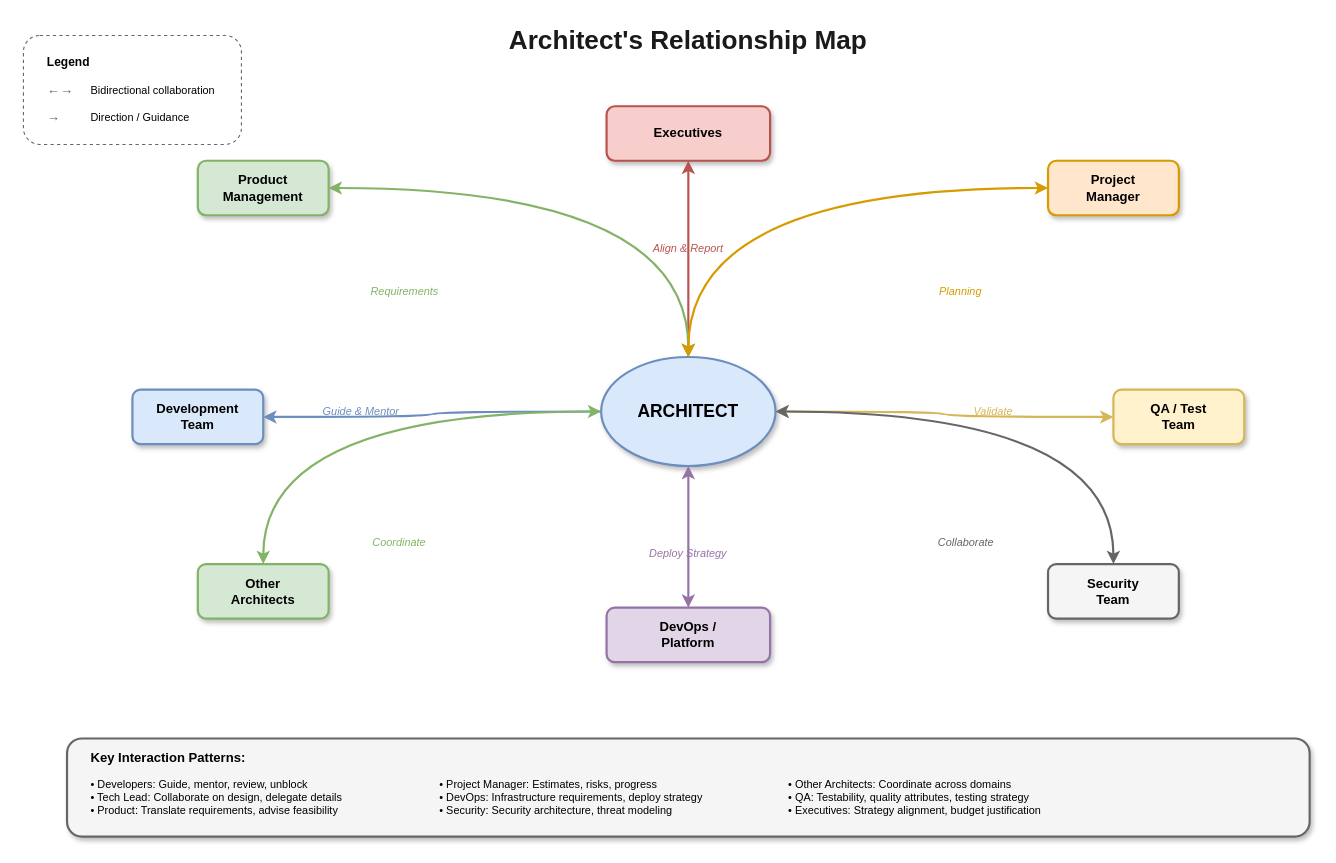
This is lesson-00-software-architect-overview/02-organizational-positioning/2.5-relationship-map.drawio from MrParkerZ7/document-lesson-software-architect-x-claude, a draw.io file, before an edit. Source tidied: cells renumbered, new cells numbered last; positions are measured from the earlier drawing's top-left corner, leaving out a move shared by most shapes. Both pictures are drawn from the tidied source at 109%, with x=0, y=0 at pixel (23, 19).
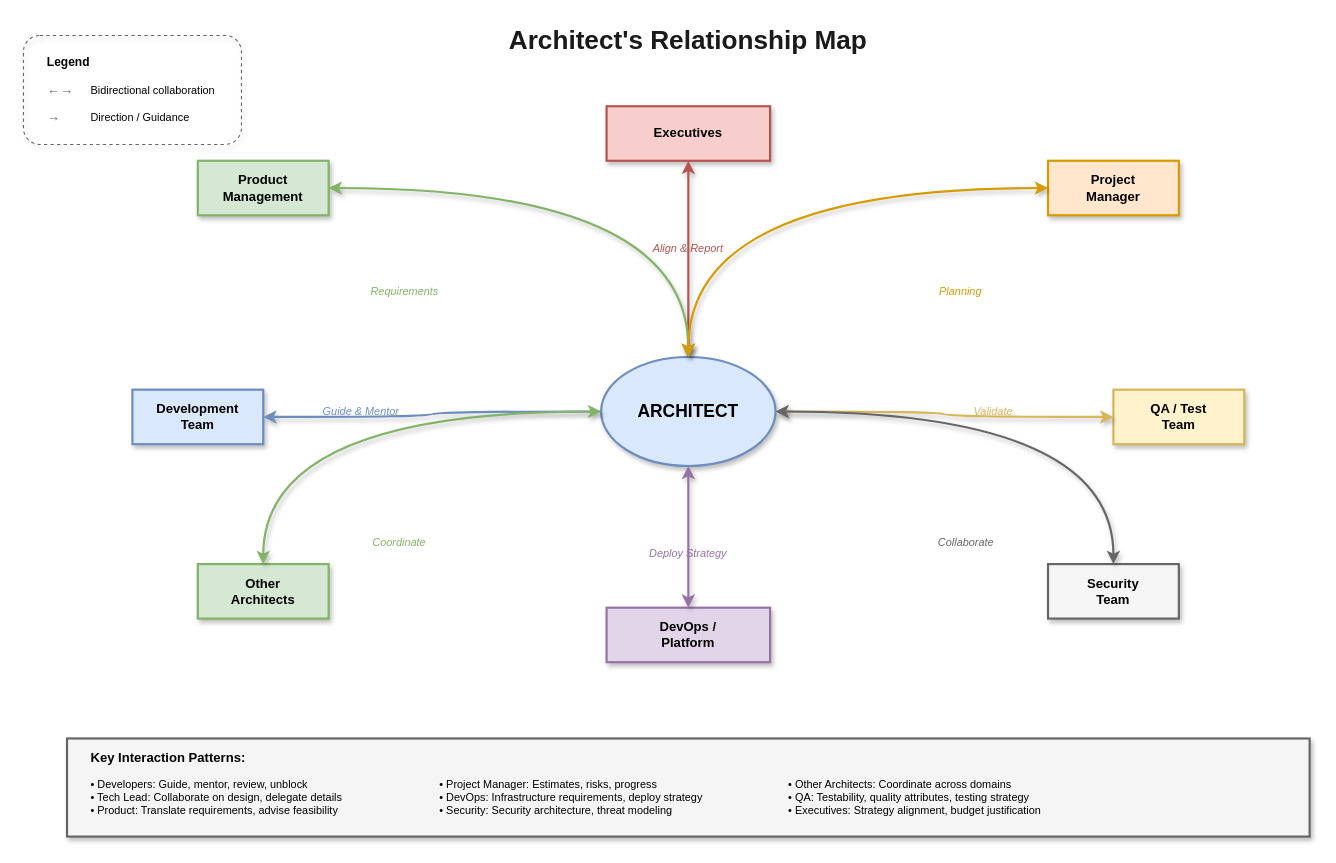
Above is the later version.

The change refers to these unchanged cells:
```xml
<mxCell id="3" value="ARCHITECT" style="ellipse;whiteSpace=wrap;html=1;fillColor=#dae8fc;strokeColor=#6c8ebf;fontSize=16;fontStyle=1;shadow=1;strokeWidth=2;" parent="1" vertex="1">
  <mxGeometry x="530" y="310" width="160" height="100" as="geometry" />
</mxCell>
```

Diff of the diagram source:
```diff
@@
-    <mxCell id="4" value="Executives" style="rounded=1;whiteSpace=wrap;html=1;fillColor=#f8cecc;strokeColor=#b85450;fontSize=12;fontStyle=1;shadow=1;strokeWidth=2;" parent="1" vertex="1">
+    <mxCell id="4" value="Executives" style="rounded=0;whiteSpace=wrap;html=1;fillColor=#f8cecc;strokeColor=#b85450;fontSize=12;fontStyle=1;shadow=1;strokeWidth=2;" parent="1" vertex="1">
       <mxGeometry x="535" y="80" width="150" height="50" as="geometry" />
     </mxCell>
@@
-    <mxCell id="6" style="edgeStyle=orthogonalEdgeStyle;curved=1;rounded=1;html=1;strokeColor=#b85450;strokeWidth=2;endArrow=classic;startArrow=classic;jumpStyle=arc;jumpSize=10;" parent="1" edge="1" source="4" target="3">
+    <mxCell id="6" style="edgeStyle=orthogonalEdgeStyle;curved=1;rounded=0;html=1;strokeColor=#b85450;strokeWidth=2;endArrow=classic;startArrow=classic;jumpStyle=arc;jumpSize=10;shadow=1;flowAnimation=1;" parent="1" edge="1" source="4" target="3">
       <mxGeometry relative="1" as="geometry" />
     </mxCell>
-    <mxCell id="7" value="Product&#10;Management" style="rounded=1;whiteSpace=wrap;html=1;fillColor=#d5e8d4;strokeColor=#82b366;fontSize=12;fontStyle=1;shadow=1;strokeWidth=2;" parent="1" vertex="1">
+    <mxCell id="7" value="Product&#10;Management" style="rounded=0;whiteSpace=wrap;html=1;fillColor=#d5e8d4;strokeColor=#82b366;fontSize=12;fontStyle=1;shadow=1;strokeWidth=2;" parent="1" vertex="1">
       <mxGeometry x="160" y="130" width="120" height="50" as="geometry" />
     </mxCell>
@@
-    <mxCell id="9" style="edgeStyle=orthogonalEdgeStyle;curved=1;rounded=1;html=1;strokeColor=#82b366;strokeWidth=2;endArrow=classic;startArrow=classic;jumpStyle=arc;jumpSize=10;" parent="1" edge="1" source="7" target="3">
+    <mxCell id="9" style="edgeStyle=orthogonalEdgeStyle;curved=1;rounded=0;html=1;strokeColor=#82b366;strokeWidth=2;endArrow=classic;startArrow=classic;jumpStyle=arc;jumpSize=10;shadow=1;flowAnimation=1;" parent="1" edge="1" source="7" target="3">
       <mxGeometry relative="1" as="geometry" />
     </mxCell>
-    <mxCell id="10" value="Project&#10;Manager" style="rounded=1;whiteSpace=wrap;html=1;fillColor=#ffe6cc;strokeColor=#d79b00;fontSize=12;fontStyle=1;shadow=1;strokeWidth=2;" parent="1" vertex="1">
+    <mxCell id="10" value="Project&#10;Manager" style="rounded=0;whiteSpace=wrap;html=1;fillColor=#ffe6cc;strokeColor=#d79b00;fontSize=12;fontStyle=1;shadow=1;strokeWidth=2;" parent="1" vertex="1">
       <mxGeometry x="940" y="130" width="120" height="50" as="geometry" />
     </mxCell>
@@
-    <mxCell id="12" style="edgeStyle=orthogonalEdgeStyle;curved=1;rounded=1;html=1;strokeColor=#d79b00;strokeWidth=2;endArrow=classic;startArrow=classic;jumpStyle=arc;jumpSize=10;" parent="1" edge="1" source="10" target="3">
+    <mxCell id="12" style="edgeStyle=orthogonalEdgeStyle;curved=1;rounded=0;html=1;strokeColor=#d79b00;strokeWidth=2;endArrow=classic;startArrow=classic;jumpStyle=arc;jumpSize=10;shadow=1;flowAnimation=1;" parent="1" edge="1" source="10" target="3">
       <mxGeometry relative="1" as="geometry" />
     </mxCell>
-    <mxCell id="13" value="Development&#10;Team" style="rounded=1;whiteSpace=wrap;html=1;fillColor=#dae8fc;strokeColor=#6c8ebf;fontSize=12;fontStyle=1;shadow=1;strokeWidth=2;" parent="1" vertex="1">
+    <mxCell id="13" value="Development&#10;Team" style="rounded=0;whiteSpace=wrap;html=1;fillColor=#dae8fc;strokeColor=#6c8ebf;fontSize=12;fontStyle=1;shadow=1;strokeWidth=2;" parent="1" vertex="1">
       <mxGeometry x="100" y="340" width="120" height="50" as="geometry" />
     </mxCell>
@@
-    <mxCell id="15" style="edgeStyle=orthogonalEdgeStyle;curved=1;rounded=1;html=1;strokeColor=#6c8ebf;strokeWidth=2;endArrow=classic;jumpStyle=arc;jumpSize=10;" parent="1" edge="1" source="3" target="13">
+    <mxCell id="15" style="edgeStyle=orthogonalEdgeStyle;curved=1;rounded=0;html=1;strokeColor=#6c8ebf;strokeWidth=2;endArrow=classic;jumpStyle=arc;jumpSize=10;shadow=1;flowAnimation=1;" parent="1" edge="1" source="3" target="13">
       <mxGeometry relative="1" as="geometry" />
     </mxCell>
-    <mxCell id="16" value="DevOps /&#10;Platform" style="rounded=1;whiteSpace=wrap;html=1;fillColor=#e1d5e7;strokeColor=#9673a6;fontSize=12;fontStyle=1;shadow=1;strokeWidth=2;" parent="1" vertex="1">
+    <mxCell id="16" value="DevOps /&#10;Platform" style="rounded=0;whiteSpace=wrap;html=1;fillColor=#e1d5e7;strokeColor=#9673a6;fontSize=12;fontStyle=1;shadow=1;strokeWidth=2;" parent="1" vertex="1">
       <mxGeometry x="535" y="540" width="150" height="50" as="geometry" />
     </mxCell>
@@
-    <mxCell id="18" style="edgeStyle=orthogonalEdgeStyle;curved=1;rounded=1;html=1;strokeColor=#9673a6;strokeWidth=2;endArrow=classic;startArrow=classic;jumpStyle=arc;jumpSize=10;" parent="1" edge="1" source="3" target="16">
+    <mxCell id="18" style="edgeStyle=orthogonalEdgeStyle;curved=1;rounded=0;html=1;strokeColor=#9673a6;strokeWidth=2;endArrow=classic;startArrow=classic;jumpStyle=arc;jumpSize=10;shadow=1;flowAnimation=1;" parent="1" edge="1" source="3" target="16">
       <mxGeometry relative="1" as="geometry" />
     </mxCell>
-    <mxCell id="19" value="QA / Test&#10;Team" style="rounded=1;whiteSpace=wrap;html=1;fillColor=#fff2cc;strokeColor=#d6b656;fontSize=12;fontStyle=1;shadow=1;strokeWidth=2;" parent="1" vertex="1">
+    <mxCell id="19" value="QA / Test&#10;Team" style="rounded=0;whiteSpace=wrap;html=1;fillColor=#fff2cc;strokeColor=#d6b656;fontSize=12;fontStyle=1;shadow=1;strokeWidth=2;" parent="1" vertex="1">
       <mxGeometry x="1000" y="340" width="120" height="50" as="geometry" />
     </mxCell>
@@
-    <mxCell id="21" style="edgeStyle=orthogonalEdgeStyle;curved=1;rounded=1;html=1;strokeColor=#d6b656;strokeWidth=2;endArrow=classic;startArrow=classic;jumpStyle=arc;jumpSize=10;" parent="1" edge="1" source="3" target="19">
+    <mxCell id="21" style="edgeStyle=orthogonalEdgeStyle;curved=1;rounded=0;html=1;strokeColor=#d6b656;strokeWidth=2;endArrow=classic;startArrow=classic;jumpStyle=arc;jumpSize=10;shadow=1;flowAnimation=1;" parent="1" edge="1" source="3" target="19">
       <mxGeometry relative="1" as="geometry" />
     </mxCell>
-    <mxCell id="22" value="Other&#10;Architects" style="rounded=1;whiteSpace=wrap;html=1;fillColor=#d5e8d4;strokeColor=#82b366;fontSize=12;fontStyle=1;shadow=1;strokeWidth=2;" parent="1" vertex="1">
+    <mxCell id="22" value="Other&#10;Architects" style="rounded=0;whiteSpace=wrap;html=1;fillColor=#d5e8d4;strokeColor=#82b366;fontSize=12;fontStyle=1;shadow=1;strokeWidth=2;" parent="1" vertex="1">
       <mxGeometry x="160" y="500" width="120" height="50" as="geometry" />
     </mxCell>
@@
-    <mxCell id="24" style="edgeStyle=orthogonalEdgeStyle;curved=1;rounded=1;html=1;strokeColor=#82b366;strokeWidth=2;endArrow=classic;startArrow=classic;jumpStyle=arc;jumpSize=10;" parent="1" edge="1" source="3" target="22">
+    <mxCell id="24" style="edgeStyle=orthogonalEdgeStyle;curved=1;rounded=0;html=1;strokeColor=#82b366;strokeWidth=2;endArrow=classic;startArrow=classic;jumpStyle=arc;jumpSize=10;shadow=1;flowAnimation=1;" parent="1" edge="1" source="3" target="22">
       <mxGeometry relative="1" as="geometry" />
     </mxCell>
-    <mxCell id="25" value="Security&#10;Team" style="rounded=1;whiteSpace=wrap;html=1;fillColor=#f5f5f5;strokeColor=#666666;fontSize=12;fontStyle=1;shadow=1;strokeWidth=2;" parent="1" vertex="1">
+    <mxCell id="25" value="Security&#10;Team" style="rounded=0;whiteSpace=wrap;html=1;fillColor=#f5f5f5;strokeColor=#666666;fontSize=12;fontStyle=1;shadow=1;strokeWidth=2;" parent="1" vertex="1">
       <mxGeometry x="940" y="500" width="120" height="50" as="geometry" />
     </mxCell>
@@
-    <mxCell id="27" style="edgeStyle=orthogonalEdgeStyle;curved=1;rounded=1;html=1;strokeColor=#666666;strokeWidth=2;endArrow=classic;startArrow=classic;jumpStyle=arc;jumpSize=10;" parent="1" edge="1" source="3" target="25">
+    <mxCell id="27" style="edgeStyle=orthogonalEdgeStyle;curved=1;rounded=0;html=1;strokeColor=#666666;strokeWidth=2;endArrow=classic;startArrow=classic;jumpStyle=arc;jumpSize=10;shadow=1;flowAnimation=1;" parent="1" edge="1" source="3" target="25">
       <mxGeometry relative="1" as="geometry" />
     </mxCell>
-    <mxCell id="28" style="rounded=1;whiteSpace=wrap;html=1;fillColor=none;strokeColor=#666666;strokeWidth=1;dashed=1;" parent="1" vertex="1">
+    <mxCell id="28" style="rounded=1;whiteSpace=wrap;html=1;fillColor=none;strokeColor=#666666;strokeWidth=1;dashed=1;shadow=1;" parent="1" vertex="1">
       <mxGeometry y="15" width="200" height="100" as="geometry" />
     </mxCell>
@@
-    <mxCell id="34" style="rounded=1;whiteSpace=wrap;html=1;fillColor=#f5f5f5;strokeColor=#666666;strokeWidth=2;shadow=1;" parent="1" vertex="1">
+    <mxCell id="34" style="rounded=0;whiteSpace=wrap;html=1;fillColor=#f5f5f5;strokeColor=#666666;strokeWidth=2;shadow=1;" parent="1" vertex="1">
       <mxGeometry x="40" y="660" width="1140" height="90" as="geometry" />
     </mxCell>
```
